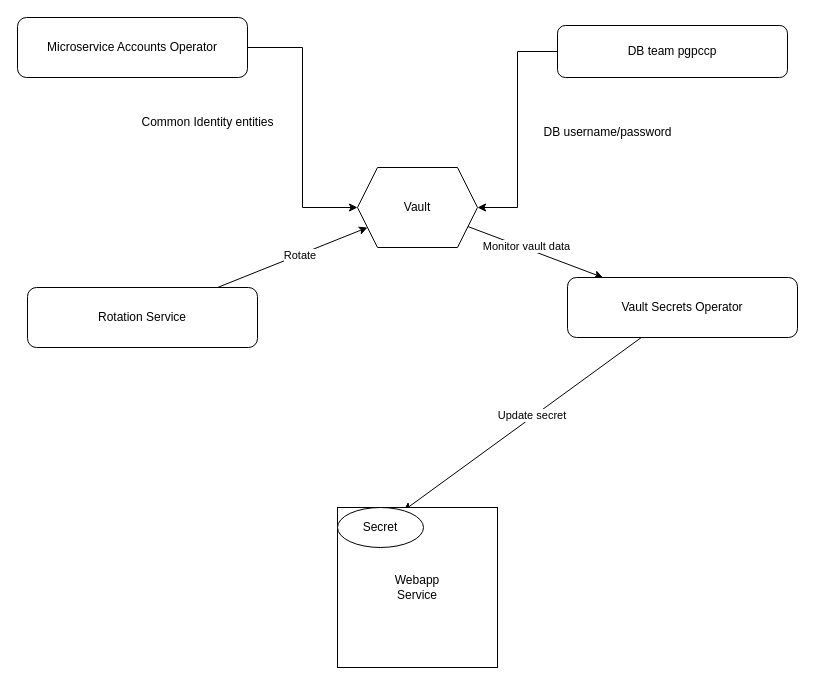
This is CI-Oneclick-design.drawio from Tomoku-dm/diagrams_file, a draw.io file, before an edit. Source tidied: cells renumbered, new cells numbered last; positions are measured from the earlier drawing's top-left corner, leaving out a move shared by most shapes. Both pictures are drawn from the tidied source at 100%, with x=0, y=0 at pixel (17, 17).
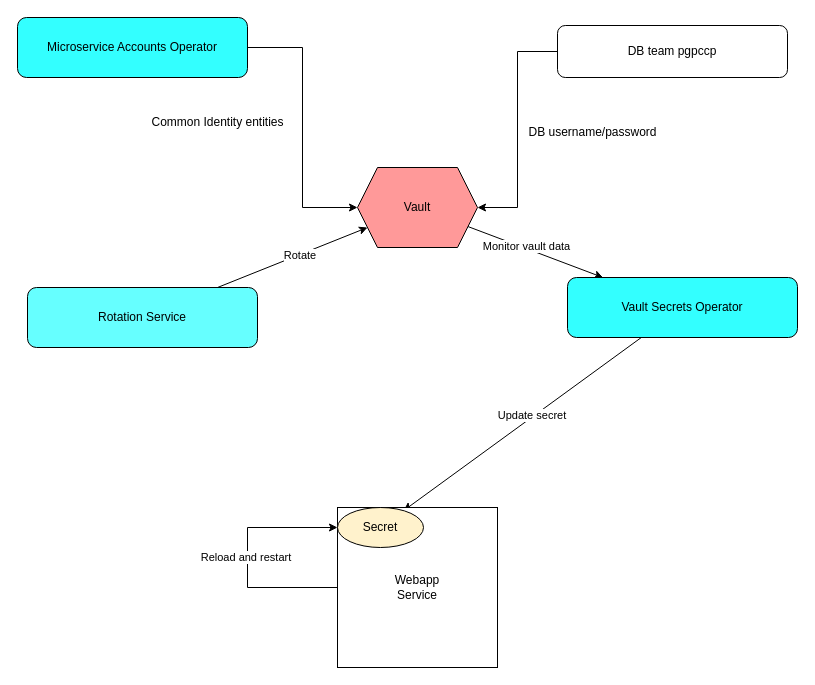
After the change.

Unchanged cells that the change refers to:
```xml
<mxCell id="17" value="Webapp&lt;div&gt;Service&lt;/div&gt;" style="whiteSpace=wrap;html=1;" parent="1" vertex="1">
  <mxGeometry x="320" y="490" width="160" height="160" as="geometry" />
</mxCell>
```

Diff of the diagram source:
```diff
@@
-    <mxCell id="3" value="Microservice Accounts Operator" style="rounded=1;whiteSpace=wrap;html=1;" parent="1" vertex="1">
+    <mxCell id="3" value="Microservice Accounts Operator" style="rounded=1;whiteSpace=wrap;html=1;fillColor=#33FFFF;" parent="1" vertex="1">
       <mxGeometry width="230" height="60" as="geometry" />
     </mxCell>
@@
-    <mxCell id="6" value="Vault" style="shape=hexagon;perimeter=hexagonPerimeter2;whiteSpace=wrap;html=1;fixedSize=1;" parent="1" vertex="1">
+    <mxCell id="6" value="Vault" style="shape=hexagon;perimeter=hexagonPerimeter2;whiteSpace=wrap;html=1;fixedSize=1;fillColor=#FF9999;" parent="1" vertex="1">
       <mxGeometry x="340" y="150" width="120" height="80" as="geometry" />
     </mxCell>
     <mxCell id="7" value="Common Identity entities" style="text;html=1;align=center;verticalAlign=middle;strokeColor=none;fillColor=none;" parent="1" vertex="1">
-      <mxGeometry x="110" y="90" width="160" height="30" as="geometry" />
+      <mxGeometry x="120" y="90" width="160" height="30" as="geometry" />
     </mxCell>
@@
     <mxCell id="10" value="DB username/password" style="text;html=1;align=center;verticalAlign=middle;strokeColor=none;fillColor=none;" parent="1" vertex="1">
-      <mxGeometry x="515" y="100" width="150" height="30" as="geometry" />
+      <mxGeometry x="500" y="100" width="150" height="30" as="geometry" />
     </mxCell>
@@
-    <mxCell id="13" value="Rotation Service" style="rounded=1;whiteSpace=wrap;html=1;" parent="1" vertex="1">
+    <mxCell id="13" value="Rotation Service" style="rounded=1;whiteSpace=wrap;html=1;fillColor=#66FFFF;" parent="1" vertex="1">
       <mxGeometry x="10" y="270" width="230" height="60" as="geometry" />
     </mxCell>
@@
-    <mxCell id="16" value="Vault Secrets Operator" style="rounded=1;whiteSpace=wrap;html=1;" parent="1" vertex="1">
+    <mxCell id="16" value="Vault Secrets Operator" style="rounded=1;whiteSpace=wrap;html=1;fillColor=#33FFFF;" parent="1" vertex="1">
       <mxGeometry x="550" y="260" width="230" height="60" as="geometry" />
     </mxCell>
+    <mxCell id="19" style="edgeStyle=orthogonalEdgeStyle;rounded=0;jettySize=auto;html=1;entryX=0;entryY=0.5;entryDx=0;entryDy=0;" parent="1" edge="1" source="17" target="18">
+      <mxGeometry relative="1" as="geometry">
+        <Array as="points">
+          <mxPoint x="230" y="570" />
+          <mxPoint x="230" y="510" />
+        </Array>
+      </mxGeometry>
+    </mxCell>
+    <mxCell id="20" value="Reload and restart&amp;nbsp;" style="edgeLabel;html=1;align=center;verticalAlign=middle;" parent="19" vertex="1">
+      <mxGeometry x="0.01" y="1" relative="1" as="geometry" />
+    </mxCell>
@@
-    <mxCell id="18" value="Secret" style="ellipse;whiteSpace=wrap;html=1;" parent="1" vertex="1">
+    <mxCell id="18" value="Secret" style="ellipse;whiteSpace=wrap;html=1;fillColor=#FFF2CC;" parent="1" vertex="1">
       <mxGeometry x="320" y="490" width="86" height="40" as="geometry" />
     </mxCell>
```
